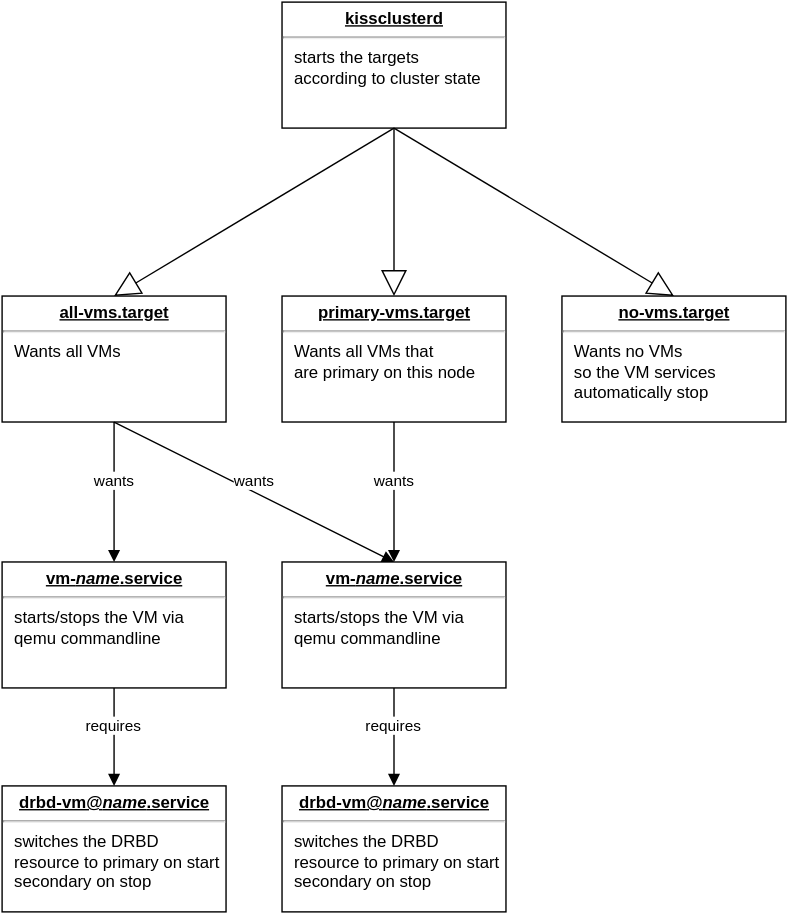
Above: doc/systemd-integration.svg in cmock/kisscluster (draw.io), before the change. Source tidied: cells renumbered, new cells last; positions are measured from the earlier drawing's top-left corner, leaving out a move shared by most shapes. Its diagram source:
```xml
<mxGraphModel background="#ffffff">
  <root>
    <mxCell id="0" style="html=1;" />
    <mxCell id="1" style="html=1;" parent="0" />
    <mxCell id="2" value="&lt;p style=&quot;margin: 0px ; margin-top: 4px ; text-align: center ; text-decoration: underline&quot;&gt;&lt;b&gt;primary-vms.target&lt;/b&gt;&lt;/p&gt;&lt;hr&gt;&lt;p style=&quot;margin: 0px ; margin-left: 8px&quot;&gt;Wants all VMs that&lt;/p&gt;&lt;p style=&quot;margin: 0px ; margin-left: 8px&quot;&gt;are primary on this node&lt;br&gt;&lt;/p&gt;" style="verticalAlign=top;align=left;overflow=fill;fontSize=12;fontFamily=Helvetica;html=1;" parent="1" vertex="1">
      <mxGeometry x="200" y="210" width="160" height="90" as="geometry" />
    </mxCell>
    <mxCell id="3" value="&lt;p style=&quot;margin: 0px ; margin-top: 4px ; text-align: center ; text-decoration: underline&quot;&gt;&lt;b&gt;vm-&lt;i&gt;name&lt;/i&gt;.service&lt;/b&gt;&lt;/p&gt;&lt;hr&gt;&lt;p style=&quot;margin: 0px ; margin-left: 8px&quot;&gt;starts/stops the VM via &lt;br&gt;&lt;/p&gt;&lt;p style=&quot;margin: 0px ; margin-left: 8px&quot;&gt;qemu commandline&lt;br&gt;&lt;/p&gt;" style="verticalAlign=top;align=left;overflow=fill;fontSize=12;fontFamily=Helvetica;html=1;" parent="1" vertex="1">
      <mxGeometry y="400" width="160" height="90" as="geometry" />
    </mxCell>
    <mxCell id="4" value="&lt;p style=&quot;margin: 0px ; margin-top: 4px ; text-align: center ; text-decoration: underline&quot;&gt;&lt;b&gt;drbd-vm@&lt;i&gt;name&lt;/i&gt;.service&lt;/b&gt;&lt;/p&gt;&lt;hr&gt;&lt;p style=&quot;margin: 0px ; margin-left: 8px&quot;&gt;switches the DRBD &lt;br&gt;&lt;/p&gt;&lt;p style=&quot;margin: 0px ; margin-left: 8px&quot;&gt;resource to primary on start&lt;/p&gt;&lt;p style=&quot;margin: 0px ; margin-left: 8px&quot;&gt;secondary on stop&lt;br&gt;&lt;/p&gt;" style="verticalAlign=top;align=left;overflow=fill;fontSize=12;fontFamily=Helvetica;html=1;" parent="1" vertex="1">
      <mxGeometry y="560" width="160" height="90" as="geometry" />
    </mxCell>
    <mxCell id="5" value="&lt;p style=&quot;margin: 0px ; margin-top: 4px ; text-align: center ; text-decoration: underline&quot;&gt;&lt;b&gt;all-vms.target&lt;/b&gt;&lt;/p&gt;&lt;hr&gt;&lt;p style=&quot;margin: 0px ; margin-left: 8px&quot;&gt;Wants all VMs &lt;br&gt;&lt;/p&gt;" style="verticalAlign=top;align=left;overflow=fill;fontSize=12;fontFamily=Helvetica;html=1;" parent="1" vertex="1">
      <mxGeometry y="210" width="160" height="90" as="geometry" />
    </mxCell>
    <mxCell id="6" value="&lt;p style=&quot;margin: 0px ; margin-top: 4px ; text-align: center ; text-decoration: underline&quot;&gt;&lt;b&gt;no-vms.target&lt;/b&gt;&lt;/p&gt;&lt;hr&gt;&lt;p style=&quot;margin: 0px ; margin-left: 8px&quot;&gt;Wants no VMs&lt;/p&gt;&lt;p style=&quot;margin: 0px ; margin-left: 8px&quot;&gt;so the VM services &lt;br&gt;&lt;/p&gt;&lt;p style=&quot;margin: 0px ; margin-left: 8px&quot;&gt;automatically stop&lt;br&gt;&lt;/p&gt;" style="verticalAlign=top;align=left;overflow=fill;fontSize=12;fontFamily=Helvetica;html=1;" parent="1" vertex="1">
      <mxGeometry x="400" y="210" width="160" height="90" as="geometry" />
    </mxCell>
    <mxCell id="7" value="&lt;p style=&quot;margin: 0px ; margin-top: 4px ; text-align: center ; text-decoration: underline&quot;&gt;&lt;b&gt;vm-&lt;i&gt;name&lt;/i&gt;.service&lt;/b&gt;&lt;/p&gt;&lt;hr&gt;&lt;p style=&quot;margin: 0px ; margin-left: 8px&quot;&gt;starts/stops the VM via &lt;br&gt;&lt;/p&gt;&lt;p style=&quot;margin: 0px ; margin-left: 8px&quot;&gt;qemu commandline&lt;br&gt;&lt;/p&gt;" style="verticalAlign=top;align=left;overflow=fill;fontSize=12;fontFamily=Helvetica;html=1;" parent="1" vertex="1">
      <mxGeometry x="200" y="400" width="160" height="90" as="geometry" />
    </mxCell>
    <mxCell id="8" value="&lt;p style=&quot;margin: 0px ; margin-top: 4px ; text-align: center ; text-decoration: underline&quot;&gt;&lt;b&gt;drbd-vm@&lt;i&gt;name&lt;/i&gt;.service&lt;/b&gt;&lt;/p&gt;&lt;hr&gt;&lt;p style=&quot;margin: 0px ; margin-left: 8px&quot;&gt;switches the DRBD &lt;br&gt;&lt;/p&gt;&lt;p style=&quot;margin: 0px ; margin-left: 8px&quot;&gt;resource to primary on start&lt;/p&gt;&lt;p style=&quot;margin: 0px ; margin-left: 8px&quot;&gt;secondary on stop&lt;br&gt;&lt;/p&gt;" style="verticalAlign=top;align=left;overflow=fill;fontSize=12;fontFamily=Helvetica;html=1;" parent="1" vertex="1">
      <mxGeometry x="200" y="560" width="160" height="90" as="geometry" />
    </mxCell>
    <mxCell id="9" value="wants&lt;br&gt;" style="html=1;verticalAlign=bottom;endArrow=block;entryX=0.5;entryY=0;exitX=0.5;exitY=1;" parent="1" edge="1" source="5" target="3">
      <mxGeometry relative="1" as="geometry" />
    </mxCell>
    <mxCell id="10" value="requires" style="html=1;verticalAlign=bottom;endArrow=block;entryX=0.5;entryY=0;exitX=0.5;exitY=1;" parent="1" edge="1" source="3" target="4">
      <mxGeometry relative="1" as="geometry" />
    </mxCell>
    <mxCell id="11" value="wants&lt;br&gt;" style="html=1;verticalAlign=bottom;endArrow=block;entryX=0.5;entryY=0;exitX=0.5;exitY=1;" parent="1" edge="1" source="5" target="7">
      <mxGeometry x="210" y="70" as="geometry" />
    </mxCell>
    <mxCell id="12" value="requires" style="html=1;verticalAlign=bottom;endArrow=block;entryX=0.5;entryY=0;exitX=0.5;exitY=1;" parent="1" edge="1" source="7" target="8">
      <mxGeometry x="210" y="260" as="geometry" />
    </mxCell>
    <mxCell id="13" value="wants&lt;br&gt;" style="html=1;verticalAlign=bottom;endArrow=block;exitX=0.5;exitY=1;" parent="1" edge="1" source="2">
      <mxGeometry x="220" y="80" as="geometry">
        <mxPoint x="280" y="400" as="targetPoint" />
      </mxGeometry>
    </mxCell>
    <mxCell id="14" value="&lt;p style=&quot;margin: 0px ; margin-top: 4px ; text-align: center ; text-decoration: underline&quot;&gt;&lt;b&gt;kissclusterd&lt;/b&gt;&lt;/p&gt;&lt;hr&gt;&lt;p style=&quot;margin: 0px ; margin-left: 8px&quot;&gt;starts the targets&lt;br&gt;according to cluster state&lt;br&gt;&lt;/p&gt;" style="verticalAlign=top;align=left;overflow=fill;fontSize=12;fontFamily=Helvetica;html=1;" parent="1" vertex="1">
      <mxGeometry x="200" width="160" height="90" as="geometry" />
    </mxCell>
    <mxCell id="15" style="endArrow=block;endSize=16;endFill=0;html=1;entryX=0.5;entryY=0;exitX=0.5;exitY=1;" parent="1" edge="1" source="14" target="5">
      <mxGeometry relative="1" as="geometry" />
    </mxCell>
    <mxCell id="16" style="endArrow=block;endSize=16;endFill=0;html=1;entryX=0.5;entryY=0;exitX=0.5;exitY=1;" parent="1" edge="1" source="14" target="2">
      <mxGeometry x="210" y="-140" as="geometry" />
    </mxCell>
    <mxCell id="17" style="endArrow=block;endSize=16;endFill=0;html=1;entryX=0.5;entryY=0;exitX=0.5;exitY=1;" parent="1" edge="1" source="14" target="6">
      <mxGeometry x="220" y="-130" as="geometry" />
    </mxCell>
  </root>
</mxGraphModel>
```
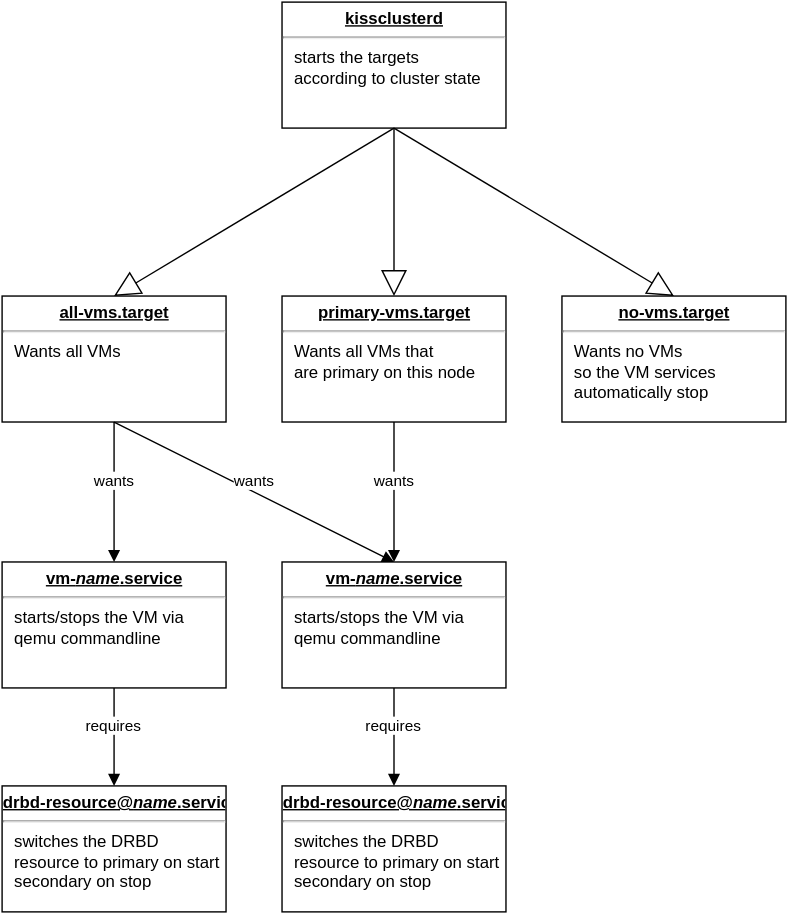
After the change.

What changed in the source:
```diff
@@ -8,7 +8,7 @@
     <mxCell id="3" value="&lt;p style=&quot;margin: 0px ; margin-top: 4px ; text-align: center ; text-decoration: underline&quot;&gt;&lt;b&gt;vm-&lt;i&gt;name&lt;/i&gt;.service&lt;/b&gt;&lt;/p&gt;&lt;hr&gt;&lt;p style=&quot;margin: 0px ; margin-left: 8px&quot;&gt;starts/stops the VM via &lt;br&gt;&lt;/p&gt;&lt;p style=&quot;margin: 0px ; margin-left: 8px&quot;&gt;qemu commandline&lt;br&gt;&lt;/p&gt;" style="verticalAlign=top;align=left;overflow=fill;fontSize=12;fontFamily=Helvetica;html=1;" parent="1" vertex="1">
       <mxGeometry y="400" width="160" height="90" as="geometry" />
     </mxCell>
-    <mxCell id="4" value="&lt;p style=&quot;margin: 0px ; margin-top: 4px ; text-align: center ; text-decoration: underline&quot;&gt;&lt;b&gt;drbd-vm@&lt;i&gt;name&lt;/i&gt;.service&lt;/b&gt;&lt;/p&gt;&lt;hr&gt;&lt;p style=&quot;margin: 0px ; margin-left: 8px&quot;&gt;switches the DRBD &lt;br&gt;&lt;/p&gt;&lt;p style=&quot;margin: 0px ; margin-left: 8px&quot;&gt;resource to primary on start&lt;/p&gt;&lt;p style=&quot;margin: 0px ; margin-left: 8px&quot;&gt;secondary on stop&lt;br&gt;&lt;/p&gt;" style="verticalAlign=top;align=left;overflow=fill;fontSize=12;fontFamily=Helvetica;html=1;" parent="1" vertex="1">
+    <mxCell id="4" value="&lt;p style=&quot;margin: 0px ; margin-top: 4px ; text-align: center ; text-decoration: underline&quot;&gt;&lt;b&gt;drbd-resource@&lt;i&gt;name&lt;/i&gt;.service&lt;/b&gt;&lt;/p&gt;&lt;hr&gt;&lt;p style=&quot;margin: 0px ; margin-left: 8px&quot;&gt;switches the DRBD &lt;br&gt;&lt;/p&gt;&lt;p style=&quot;margin: 0px ; margin-left: 8px&quot;&gt;resource to primary on start&lt;/p&gt;&lt;p style=&quot;margin: 0px ; margin-left: 8px&quot;&gt;secondary on stop&lt;br&gt;&lt;/p&gt;" style="verticalAlign=top;align=left;overflow=fill;fontSize=12;fontFamily=Helvetica;html=1;" parent="1" vertex="1">
       <mxGeometry y="560" width="160" height="90" as="geometry" />
     </mxCell>
     <mxCell id="5" value="&lt;p style=&quot;margin: 0px ; margin-top: 4px ; text-align: center ; text-decoration: underline&quot;&gt;&lt;b&gt;all-vms.target&lt;/b&gt;&lt;/p&gt;&lt;hr&gt;&lt;p style=&quot;margin: 0px ; margin-left: 8px&quot;&gt;Wants all VMs &lt;br&gt;&lt;/p&gt;" style="verticalAlign=top;align=left;overflow=fill;fontSize=12;fontFamily=Helvetica;html=1;" parent="1" vertex="1">
@@ -20,7 +20,7 @@
     <mxCell id="7" value="&lt;p style=&quot;margin: 0px ; margin-top: 4px ; text-align: center ; text-decoration: underline&quot;&gt;&lt;b&gt;vm-&lt;i&gt;name&lt;/i&gt;.service&lt;/b&gt;&lt;/p&gt;&lt;hr&gt;&lt;p style=&quot;margin: 0px ; margin-left: 8px&quot;&gt;starts/stops the VM via &lt;br&gt;&lt;/p&gt;&lt;p style=&quot;margin: 0px ; margin-left: 8px&quot;&gt;qemu commandline&lt;br&gt;&lt;/p&gt;" style="verticalAlign=top;align=left;overflow=fill;fontSize=12;fontFamily=Helvetica;html=1;" parent="1" vertex="1">
       <mxGeometry x="200" y="400" width="160" height="90" as="geometry" />
     </mxCell>
-    <mxCell id="8" value="&lt;p style=&quot;margin: 0px ; margin-top: 4px ; text-align: center ; text-decoration: underline&quot;&gt;&lt;b&gt;drbd-vm@&lt;i&gt;name&lt;/i&gt;.service&lt;/b&gt;&lt;/p&gt;&lt;hr&gt;&lt;p style=&quot;margin: 0px ; margin-left: 8px&quot;&gt;switches the DRBD &lt;br&gt;&lt;/p&gt;&lt;p style=&quot;margin: 0px ; margin-left: 8px&quot;&gt;resource to primary on start&lt;/p&gt;&lt;p style=&quot;margin: 0px ; margin-left: 8px&quot;&gt;secondary on stop&lt;br&gt;&lt;/p&gt;" style="verticalAlign=top;align=left;overflow=fill;fontSize=12;fontFamily=Helvetica;html=1;" parent="1" vertex="1">
+    <mxCell id="8" value="&lt;p style=&quot;margin: 0px ; margin-top: 4px ; text-align: center ; text-decoration: underline&quot;&gt;&lt;b&gt;drbd-resource@&lt;i&gt;name&lt;/i&gt;.service&lt;/b&gt;&lt;/p&gt;&lt;hr&gt;&lt;p style=&quot;margin: 0px ; margin-left: 8px&quot;&gt;switches the DRBD &lt;br&gt;&lt;/p&gt;&lt;p style=&quot;margin: 0px ; margin-left: 8px&quot;&gt;resource to primary on start&lt;/p&gt;&lt;p style=&quot;margin: 0px ; margin-left: 8px&quot;&gt;secondary on stop&lt;br&gt;&lt;/p&gt;" style="verticalAlign=top;align=left;overflow=fill;fontSize=12;fontFamily=Helvetica;html=1;" parent="1" vertex="1">
       <mxGeometry x="200" y="560" width="160" height="90" as="geometry" />
     </mxCell>
     <mxCell id="9" value="wants&lt;br&gt;" style="html=1;verticalAlign=bottom;endArrow=block;entryX=0.5;entryY=0;exitX=0.5;exitY=1;" parent="1" edge="1" source="5" target="3">
```
